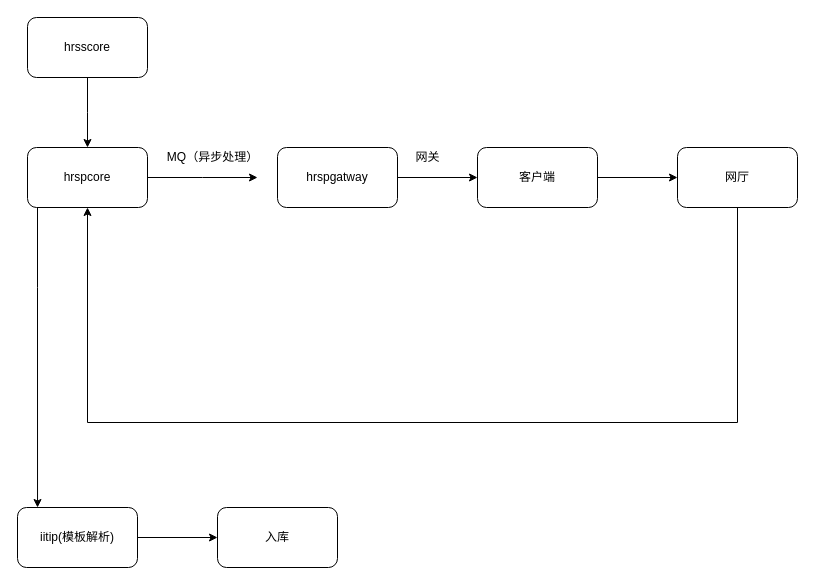
This is Untitled Diagram.drawio from YYB1024/myRemoteRepo, a draw.io file, before an edit. Source tidied: cells renumbered, new cells numbered last; positions are measured from the earlier drawing's top-left corner, leaving out a move shared by most shapes. Both pictures are drawn from the tidied source at 100%, with x=0, y=0 at pixel (17, 17).
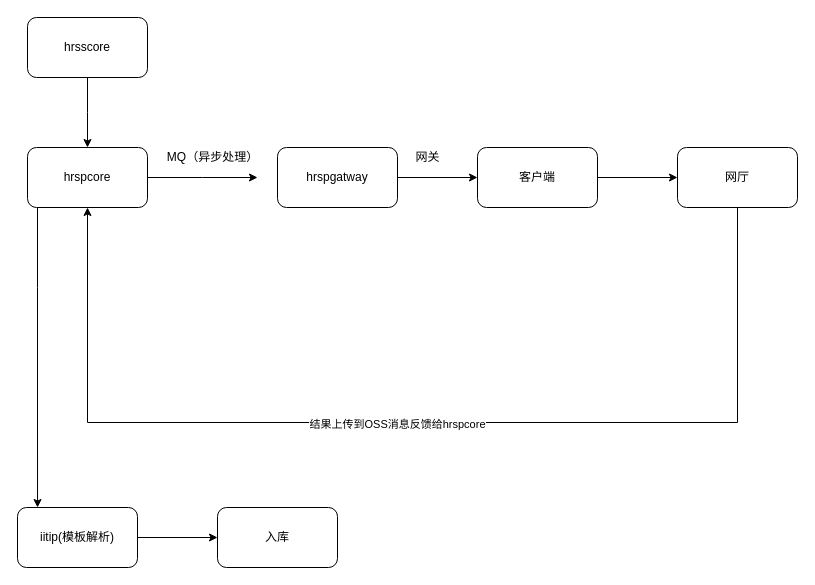
The same diagram, later.

Unchanged cells that the change refers to:
```xml
<mxCell id="12" style="edgeStyle=orthogonalEdgeStyle;rounded=0;jettySize=auto;html=1;entryX=0.5;entryY=1;entryDx=0;entryDy=0;" parent="1" edge="1" source="13" target="4">
  <mxGeometry relative="1" as="geometry">
    <Array as="points">
      <mxPoint x="720" y="405" />
      <mxPoint x="70" y="405" />
    </Array>
  </mxGeometry>
</mxCell>
```

What changed in the source:
```diff
@@
+    <mxCell id="18" value="结果上传到OSS消息反馈给hrspcore" style="edgeLabel;html=1;align=center;verticalAlign=middle;" parent="12" vertex="1">
+      <mxGeometry x="0.03" y="1" relative="1" as="geometry" />
+    </mxCell>
```
